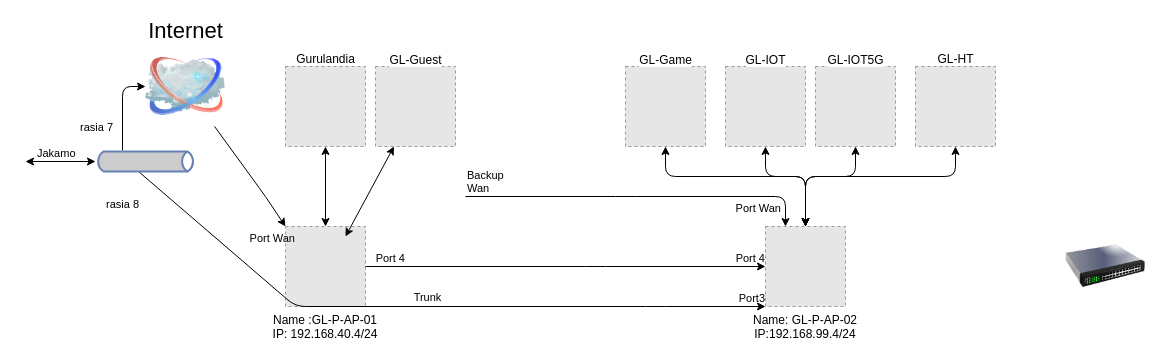
The draw.io diagram Gurulandia-Network.drawio in Harjanator/network-diagrams, before the edit. Source tidied: cells renumbered, new cells numbered last; positions are measured from the earlier drawing's top-left corner, leaving out a move shared by most shapes. Both pictures are drawn from the tidied source at 100%, with x=0, y=0 at pixel (25, 46). Pictures stored in the file or linked from it are replaced by grey dashed boxes.
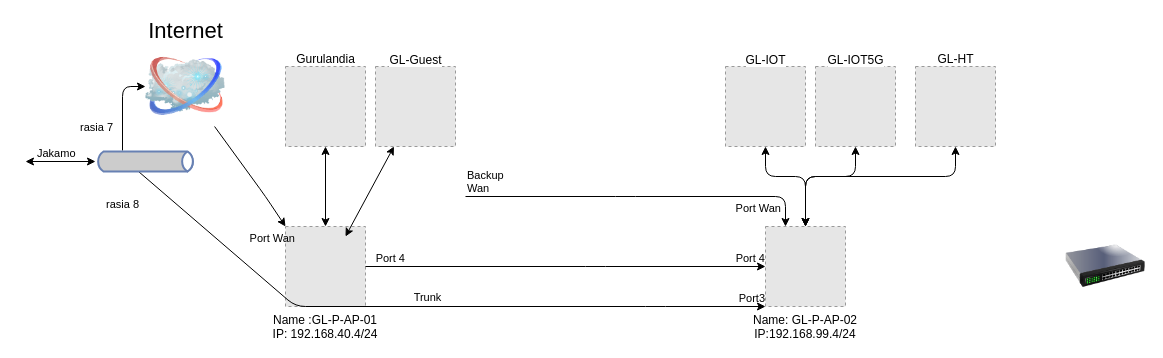
Above is the later version.

The change refers to these unchanged cells:
```xml
<mxCell id="3" value="Name: GL-P-AP-02&#10;IP:192.168.99.4/24" style="fillColor=#E6E6E6;strokeColor=#999999;dashed=1;verticalLabelPosition=bottom;labelBackgroundColor=default;verticalAlign=top;" parent="1" vertex="1">
  <mxGeometry x="740" y="180" width="80" height="80" as="geometry" />
</mxCell>
```

The edit, as a diff of the source:
```diff
@@
-    <mxCell id="6" style="edgeStyle=orthogonalEdgeStyle;jumpStyle=none;jettySize=auto;html=1;entryX=0.5;entryY=0;entryDx=0;entryDy=0;startArrow=classic;startFill=1;endArrow=classic;endFill=1;" parent="1" edge="1" source="7" target="3">
-      <mxGeometry relative="1" as="geometry">
-        <Array as="points">
-          <mxPoint x="640" y="130" />
-          <mxPoint x="780" y="130" />
-        </Array>
-      </mxGeometry>
-    </mxCell>
-    <mxCell id="7" value="GL-Game" style="fillColor=#E6E6E6;strokeColor=#999999;dashed=1;verticalLabelPosition=bottom;labelBackgroundColor=default;verticalAlign=top;html=1;" parent="1" vertex="1">
-      <mxGeometry x="600" y="20" width="80" height="80" as="geometry">
-        <mxPoint y="-100" as="offset" />
-      </mxGeometry>
-    </mxCell>
```
